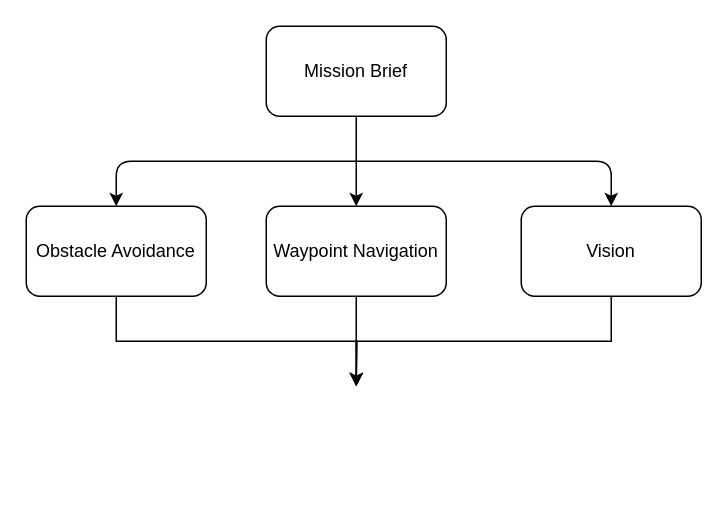
Above: Untitled Diagram.drawio in prasannawilliams/high-level-architecture (draw.io), before the change. Source tidied: cells renumbered, new cells numbered last; positions are measured from the earlier drawing's top-left corner, leaving out a move shared by most shapes. Both pictures are drawn from the tidied source at 150%, with x=0, y=0 at pixel (26, 26).
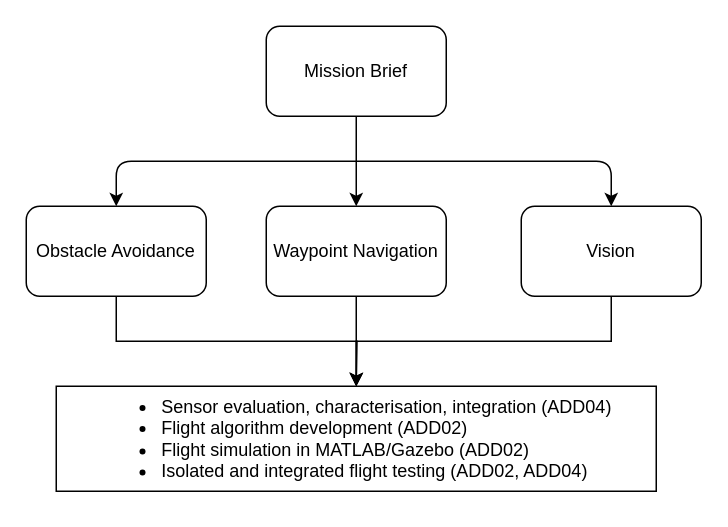
After the change.

What changed in the source:
```diff
@@
+    <mxCell id="12" value="&lt;div style=&quot;text-align: left&quot;&gt;&lt;ul&gt;&lt;li&gt;Sensor evaluation, characterisation, integration (ADD04)&lt;/li&gt;&lt;li&gt;Flight algorithm development (ADD02)&lt;/li&gt;&lt;li&gt;Flight simulation in MATLAB/Gazebo (ADD02)&lt;/li&gt;&lt;li&gt;Isolated and integrated flight testing (ADD02, ADD04)&lt;/li&gt;&lt;/ul&gt;&lt;/div&gt;&lt;div style=&quot;text-align: left&quot;&gt;&lt;/div&gt;" style="html=1;" parent="1" vertex="1">
+      <mxGeometry x="20" y="240" width="400" height="70" as="geometry" />
+    </mxCell>
```
